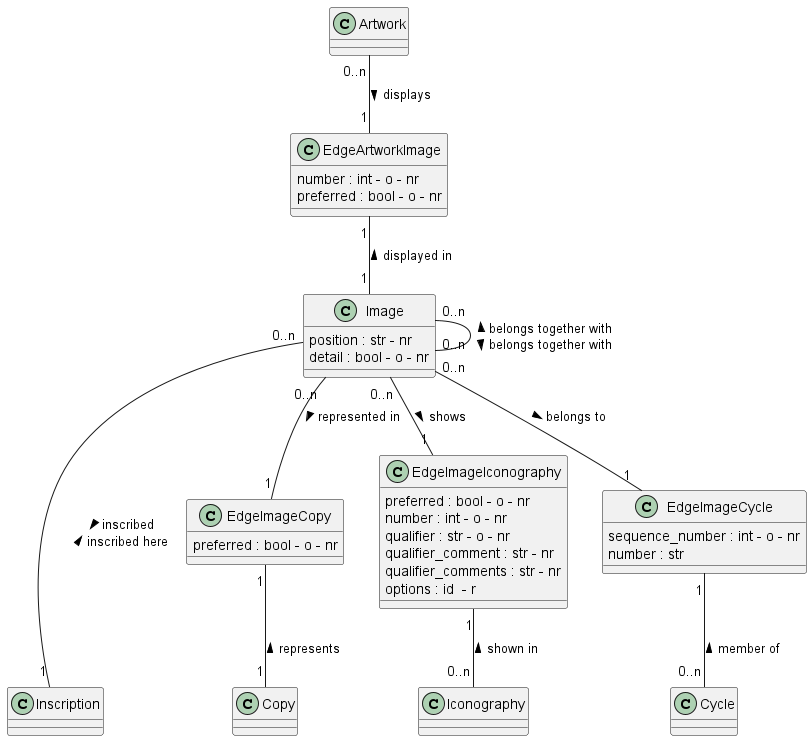
Before: documentation/class_diagrams/Image.png, a diagram exported from PlantUML (tmasch/bpf_be).
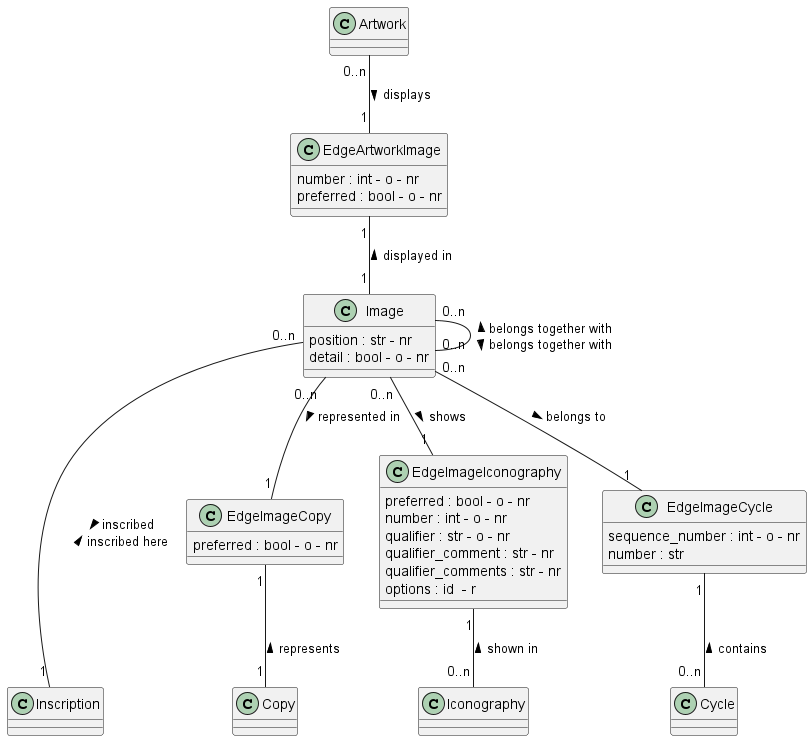
The same file after the commit.

Commit message:
New classes Cycle and Inscription

Diff of the diagram source:
```diff
@@ -39,7 +39,7 @@
 EdgeImageIconography "1" -- "0..n" Iconography : shown in <
 
 Image "0..n" -- "1" EdgeImageCycle : > belongs to
-EdgeImageCycle "1" -- "0..n" Cycle : member of <
+EdgeImageCycle "1" -- "0..n" Cycle : contains <
 
 Image "0..n" -- "0..n" Image : < belongs together with \n belongs together with >
 
```
